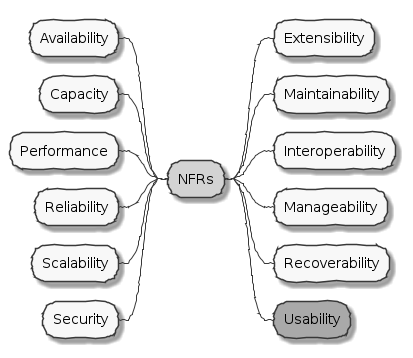
Before: images/nfrs.png, a diagram exported from PlantUML (ddd-book-java/prem-website).
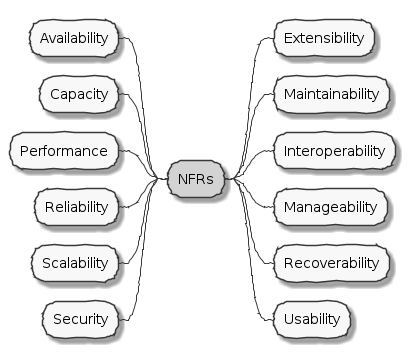
Above is the later version.

What changed in the source:
```diff
@@ -8,7 +8,7 @@
 ++ Interoperability
 ++ Manageability
 ++ Recoverability
-**[#darkgray] Usability
+++ Usability
 -- Availability
 -- Capacity
 -- Performance
```
